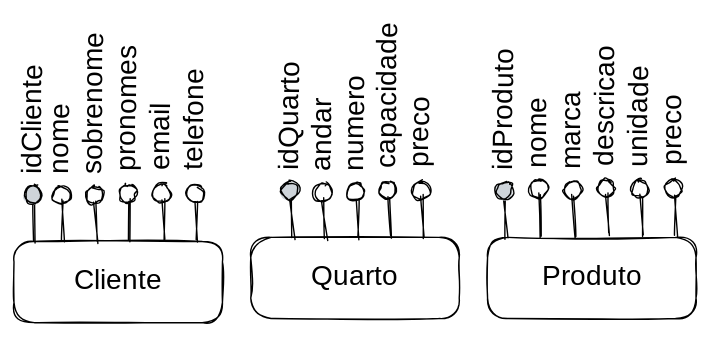
Earlier version of the Excalidraw export .gitbook/assets/file.excalidraw (19).svg (francojoao/gb-banco-de-dados). Source tidied: one line per element, renumbered; positions are measured from the earlier drawing's top-left corner, leaving out a move shared by most shapes.
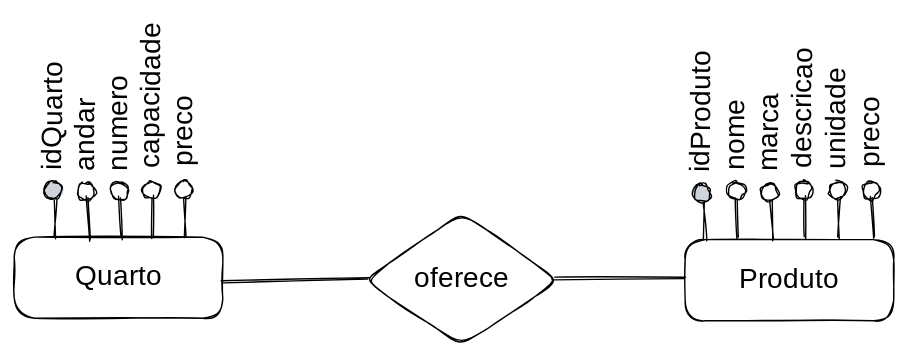
After the change.

What changed in the source:
```diff
@@ -1,57 +1,41 @@
-{"id": 0, "type": "rectangle", "strokeColor": "#000000", "strokeWidth": 1, "roughness": 1, "round": true, "x": 366, "y": 117, "width": 149, "height": 58}
+{"id": 57, "type": "rectangle", "strokeColor": "#000000", "strokeWidth": 1, "roughness": 1, "round": true, "x": -97, "y": -11, "width": 149, "height": 58}
+{"id": 20, "type": "text", "text": "Quarto", "strokeColor": "#000000", "strokeWidth": 1, "roughness": 1, "fontSize": 20, "fontFamily": 1, "textAlign": "center", "verticalAlign": "middle", "inside": 57, "x": -59, "y": 7, "width": 72, "height": 23}
+{"id": 58, "type": "line", "strokeColor": "#000000", "strokeWidth": 1, "roughness": 1, "round": true, "x": -45, "y": -38, "width": 1, "height": 29, "points": [[0, 0], [1, 29]]}
+{"id": 59, "type": "ellipse", "strokeColor": "#000000", "strokeWidth": 1, "roughness": 1, "round": true, "x": -52, "y": -49, "width": 12, "height": 13}
+{"id": 23, "type": "text", "text": "andar", "strokeColor": "#000000", "angle": 4.72, "strokeWidth": 1, "roughness": 1, "fontSize": 20, "fontFamily": 1, "x": -74, "y": -99, "width": 58, "height": 25}
+{"id": 60, "type": "line", "strokeColor": "#000000", "strokeWidth": 1, "roughness": 1, "round": true, "x": -21, "y": -38, "width": 1, "height": 29, "points": [[0, 0], [1, 29]]}
+{"id": 61, "type": "ellipse", "strokeColor": "#000000", "strokeWidth": 1, "roughness": 1, "round": true, "x": -28, "y": -49, "width": 12, "height": 13}
+{"id": 26, "type": "text", "text": "numero", "strokeColor": "#000000", "angle": 4.72, "strokeWidth": 1, "roughness": 1, "fontSize": 20, "fontFamily": 1, "x": -55, "y": -104, "width": 66, "height": 25}
+{"id": 62, "type": "line", "strokeColor": "#000000", "strokeWidth": 1, "roughness": 1, "round": true, "x": 2, "y": -39, "width": 1, "height": 29, "points": [[0, 0], [1, 29]]}
+{"id": 63, "type": "ellipse", "strokeColor": "#000000", "strokeWidth": 1, "roughness": 1, "round": true, "x": -5, "y": -50, "width": 12, "height": 13}
+{"id": 29, "type": "text", "text": "capacidade", "strokeColor": "#000000", "angle": 4.72, "strokeWidth": 1, "roughness": 1, "fontSize": 20, "fontFamily": 1, "x": -54, "y": -127, "width": 110, "height": 25}
+{"id": 64, "type": "text", "text": "preco", "strokeColor": "#000000", "angle": 4.72, "strokeWidth": 1, "roughness": 1, "fontSize": 20, "fontFamily": 1, "x": -2, "y": -100, "width": 53, "height": 25}
+{"id": 65, "type": "line", "strokeColor": "#000000", "strokeWidth": 1, "roughness": 1, "round": true, "x": 25, "y": -40, "width": 1, "height": 29, "points": [[0, 0], [1, 29]]}
+{"id": 66, "type": "ellipse", "strokeColor": "#000000", "strokeWidth": 1, "roughness": 1, "round": true, "x": 18, "y": -51, "width": 12, "height": 13}
+{"id": 67, "type": "line", "strokeColor": "#000000", "strokeWidth": 1, "roughness": 1, "round": true, "x": -68, "y": -39, "width": 1, "height": 29, "points": [[0, 0], [1, 29]]}
+{"id": 68, "type": "ellipse", "strokeColor": "#000000", "backgroundColor": "#ced4da", "fillStyle": "solid", "strokeWidth": 1, "roughness": 1, "round": true, "x": -75, "y": -50, "width": 12, "height": 13}
+{"id": 53, "type": "text", "text": "idQuarto", "strokeColor": "#000000", "angle": 4.72, "strokeWidth": 1, "roughness": 1, "fontSize": 20, "fontFamily": 1, "x": -113, "y": -115, "width": 88, "height": 25}
+{"id": 69, "type": "diamond", "strokeColor": "#000000", "strokeWidth": 1, "roughness": 1, "round": true, "x": 153, "y": -28, "width": 139, "height": 95}
+{"id": 70, "type": "text", "text": "oferece", "strokeColor": "#000000", "strokeWidth": 1, "roughness": 1, "fontSize": 20, "fontFamily": 1, "textAlign": "center", "verticalAlign": "middle", "inside": 69, "x": 185, "y": 8, "width": 74, "height": 23}
+{"id": 71, "type": "rectangle", "strokeColor": "#000000", "strokeWidth": 1, "roughness": 1, "round": true, "x": 382, "y": -9, "width": 149, "height": 58}
-{"id": 1, "type": "text", "text": "Produto", "strokeColor": "#000000", "strokeWidth": 1, "roughness": 1, "fontSize": 20, "fontFamily": 1, "textAlign": "center", "verticalAlign": "middle", "inside": 0, "x": 401, "y": 134, "width": 80, "height": 23}
+{"id": 1, "type": "text", "text": "Produto", "strokeColor": "#000000", "strokeWidth": 1, "roughness": 1, "fontSize": 20, "fontFamily": 1, "textAlign": "center", "verticalAlign": "middle", "inside": 71, "x": 417, "y": 8, "width": 80, "height": 23}
-{"id": 2, "type": "rectangle", "strokeColor": "#000000", "strokeWidth": 1, "roughness": 1, "round": true, "x": 28, "y": 120, "width": 149, "height": 58}
-{"id": 3, "type": "text", "text": "Cliente", "strokeColor": "#000000", "strokeWidth": 1, "roughness": 1, "fontSize": 20, "fontFamily": 1, "textAlign": "center", "verticalAlign": "middle", "inside": 2, "x": 69, "y": 137, "width": 67, "height": 23}
-{"id": 4, "type": "line", "strokeColor": "#000000", "strokeWidth": 1, "roughness": 1, "round": true, "x": 62, "y": 91, "width": 1, "height": 29, "points": [[0, 0], [1, 29]]}
-{"id": 5, "type": "ellipse", "strokeColor": "#000000", "strokeWidth": 1, "roughness": 1, "round": true, "x": 55, "y": 80, "width": 12, "height": 13}
-{"id": 6, "type": "text", "text": "nome", "strokeColor": "#000000", "angle": 4.72, "strokeWidth": 1, "roughness": 1, "fontSize": 20, "fontFamily": 1, "x": 38, "y": 36, "width": 46, "height": 25}
-{"id": 7, "type": "line", "strokeColor": "#000000", "strokeWidth": 1, "roughness": 1, "round": true, "x": 86, "y": 91, "width": 1, "height": 29, "points": [[0, 0], [1, 29]]}
-{"id": 8, "type": "ellipse", "strokeColor": "#000000", "strokeWidth": 1, "roughness": 1, "round": true, "x": 79, "y": 80, "width": 12, "height": 13}
-{"id": 9, "type": "text", "text": "sobrenome", "strokeColor": "#000000", "angle": 4.72, "strokeWidth": 1, "roughness": 1, "fontSize": 20, "fontFamily": 1, "x": 36, "y": 10, "width": 98, "height": 25}
-{"id": 10, "type": "line", "strokeColor": "#000000", "strokeWidth": 1, "roughness": 1, "round": true, "x": 110, "y": 90, "width": 1, "height": 29, "points": [[0, 0], [1, 29]]}
-{"id": 11, "type": "ellipse", "strokeColor": "#000000", "strokeWidth": 1, "roughness": 1, "round": true, "x": 103, "y": 79, "width": 12, "height": 13}
-{"id": 12, "type": "text", "text": "pronomes", "strokeColor": "#000000", "angle": 4.72, "strokeWidth": 1, "roughness": 1, "fontSize": 20, "fontFamily": 1, "x": 66, "y": 14, "width": 86, "height": 25}
-{"id": 13, "type": "text", "text": "email", "strokeColor": "#000000", "angle": 4.72, "strokeWidth": 1, "roughness": 1, "fontSize": 20, "fontFamily": 1, "x": 109, "y": 31, "width": 49, "height": 25}
-{"id": 14, "type": "line", "strokeColor": "#000000", "strokeWidth": 1, "roughness": 1, "round": true, "x": 134, "y": 90, "width": 1, "height": 29, "points": [[0, 0], [1, 29]]}
-{"id": 15, "type": "ellipse", "strokeColor": "#000000", "strokeWidth": 1, "roughness": 1, "round": true, "x": 127, "y": 79, "width": 12, "height": 13}
-{"id": 16, "type": "text", "text": "telefone", "strokeColor": "#000000", "angle": 4.72, "strokeWidth": 1, "roughness": 1, "fontSize": 20, "fontFamily": 1, "x": 116, "y": 15, "width": 82, "height": 25}
-{"id": 17, "type": "line", "strokeColor": "#000000", "strokeWidth": 1, "roughness": 1, "round": true, "x": 158, "y": 91, "width": 1, "height": 29, "points": [[0, 0], [1, 29]]}
-{"id": 18, "type": "ellipse", "strokeColor": "#000000", "strokeWidth": 1, "roughness": 1, "round": true, "x": 151, "y": 80, "width": 12, "height": 13}
-{"id": 19, "type": "rectangle", "strokeColor": "#000000", "strokeWidth": 1, "roughness": 1, "round": true, "x": 197, "y": 117, "width": 149, "height": 58}
-{"id": 20, "type": "text", "text": "Quarto", "strokeColor": "#000000", "strokeWidth": 1, "roughness": 1, "fontSize": 20, "fontFamily": 1, "textAlign": "center", "verticalAlign": "middle", "inside": 19, "x": 235, "y": 134, "width": 72, "height": 23}
-{"id": 21, "type": "line", "strokeColor": "#000000", "strokeWidth": 1, "roughness": 1, "round": true, "x": 249, "y": 89, "width": 1, "height": 29, "points": [[0, 0], [1, 29]]}
-{"id": 22, "type": "ellipse", "strokeColor": "#000000", "strokeWidth": 1, "roughness": 1, "round": true, "x": 242, "y": 78, "width": 12, "height": 13}
-{"id": 23, "type": "text", "text": "andar", "strokeColor": "#000000", "angle": 4.72, "strokeWidth": 1, "roughness": 1, "fontSize": 20, "fontFamily": 1, "x": 220, "y": 28, "width": 58, "height": 25}
-{"id": 24, "type": "line", "strokeColor": "#000000", "strokeWidth": 1, "roughness": 1, "round": true, "x": 273, "y": 89, "width": 1, "height": 29, "points": [[0, 0], [1, 29]]}
-{"id": 25, "type": "ellipse", "strokeColor": "#000000", "strokeWidth": 1, "roughness": 1, "round": true, "x": 266, "y": 78, "width": 12, "height": 13}
-{"id": 26, "type": "text", "text": "numero", "strokeColor": "#000000", "angle": 4.72, "strokeWidth": 1, "roughness": 1, "fontSize": 20, "fontFamily": 1, "x": 239, "y": 24, "width": 66, "height": 25}
-{"id": 27, "type": "line", "strokeColor": "#000000", "strokeWidth": 1, "roughness": 1, "round": true, "x": 296, "y": 88, "width": 1, "height": 29, "points": [[0, 0], [1, 29]]}
-{"id": 28, "type": "ellipse", "strokeColor": "#000000", "strokeWidth": 1, "roughness": 1, "round": true, "x": 289, "y": 77, "width": 12, "height": 13}
-{"id": 29, "type": "text", "text": "capacidade", "strokeColor": "#000000", "angle": 4.72, "strokeWidth": 1, "roughness": 1, "fontSize": 20, "fontFamily": 1, "x": 240, "y": 0, "width": 110, "height": 25}
-{"id": 30, "type": "text", "text": "preco", "strokeColor": "#000000", "angle": 4.72, "strokeWidth": 1, "roughness": 1, "fontSize": 20, "fontFamily": 1, "x": 292, "y": 27, "width": 53, "height": 25}
-{"id": 31, "type": "line", "strokeColor": "#000000", "strokeWidth": 1, "roughness": 1, "round": true, "x": 319, "y": 88, "width": 1, "height": 29, "points": [[0, 0], [1, 29]]}
-{"id": 32, "type": "ellipse", "strokeColor": "#000000", "strokeWidth": 1, "roughness": 1, "round": true, "x": 312, "y": 77, "width": 12, "height": 13}
-{"id": 33, "type": "line", "strokeColor": "#000000", "strokeWidth": 1, "roughness": 1, "round": true, "x": 403, "y": 87, "width": 1, "height": 29, "points": [[0, 0], [1, 29]]}
-{"id": 34, "type": "ellipse", "strokeColor": "#000000", "strokeWidth": 1, "roughness": 1, "round": true, "x": 396, "y": 76, "width": 12, "height": 13}
-{"id": 35, "type": "text", "text": "nome", "strokeColor": "#000000", "angle": 4.72, "strokeWidth": 1, "roughness": 1, "fontSize": 20, "fontFamily": 1, "x": 379, "y": 32, "width": 46, "height": 25}
-{"id": 36, "type": "line", "strokeColor": "#000000", "strokeWidth": 1, "roughness": 1, "round": true, "x": 427, "y": 88, "width": 1, "height": 29, "points": [[0, 0], [1, 29]]}
-{"id": 37, "type": "ellipse", "strokeColor": "#000000", "strokeWidth": 1, "roughness": 1, "round": true, "x": 421, "y": 77, "width": 12, "height": 13}
+{"id": 72, "type": "line", "strokeColor": "#000000", "strokeWidth": 1, "roughness": 1, "round": true, "x": 419, "y": -39, "width": 1, "height": 29, "points": [[0, 0], [1, 29]]}
+{"id": 73, "type": "ellipse", "strokeColor": "#000000", "strokeWidth": 1, "roughness": 1, "round": true, "x": 412, "y": -50, "width": 12, "height": 13}
+{"id": 74, "type": "text", "text": "nome", "strokeColor": "#000000", "angle": 4.72, "strokeWidth": 1, "roughness": 1, "fontSize": 20, "fontFamily": 1, "x": 396, "y": -94, "width": 46, "height": 25}
+{"id": 75, "type": "line", "strokeColor": "#000000", "strokeWidth": 1, "roughness": 1, "round": true, "x": 444, "y": -38, "width": 1, "height": 29, "points": [[0, 0], [1, 29]]}
+{"id": 76, "type": "ellipse", "strokeColor": "#000000", "strokeWidth": 1, "roughness": 1, "round": true, "x": 437, "y": -49, "width": 12, "height": 13}
-{"id": 38, "type": "text", "text": "marca", "strokeColor": "#000000", "angle": 4.72, "strokeWidth": 1, "roughness": 1, "fontSize": 20, "fontFamily": 1, "x": 397, "y": 25, "width": 60, "height": 25}
+{"id": 38, "type": "text", "text": "marca", "strokeColor": "#000000", "angle": 4.72, "strokeWidth": 1, "roughness": 1, "fontSize": 20, "fontFamily": 1, "x": 413, "y": -100, "width": 60, "height": 25}
-{"id": 39, "type": "line", "strokeColor": "#000000", "strokeWidth": 1, "roughness": 1, "round": true, "x": 475, "y": 87, "width": 1, "height": 29, "points": [[0, 0], [1, 29]]}
-{"id": 40, "type": "ellipse", "strokeColor": "#000000", "strokeWidth": 1, "roughness": 1, "round": true, "x": 469, "y": 76, "width": 12, "height": 13}
+{"id": 77, "type": "line", "strokeColor": "#000000", "strokeWidth": 1, "roughness": 1, "round": true, "x": 492, "y": -39, "width": 1, "height": 29, "points": [[0, 0], [1, 29]]}
+{"id": 78, "type": "ellipse", "strokeColor": "#000000", "strokeWidth": 1, "roughness": 1, "round": true, "x": 485, "y": -50, "width": 12, "height": 13}
-{"id": 41, "type": "text", "text": "unidade", "strokeColor": "#000000", "angle": 4.72, "strokeWidth": 1, "roughness": 1, "fontSize": 20, "fontFamily": 1, "x": 438, "y": 17, "width": 74, "height": 25}
+{"id": 41, "type": "text", "text": "unidade", "strokeColor": "#000000", "angle": 4.72, "strokeWidth": 1, "roughness": 1, "fontSize": 20, "fontFamily": 1, "x": 454, "y": -109, "width": 74, "height": 25}
-{"id": 42, "type": "text", "text": "preco", "strokeColor": "#000000", "angle": 4.72, "strokeWidth": 1, "roughness": 1, "fontSize": 20, "fontFamily": 1, "x": 472, "y": 26, "width": 53, "height": 25}
-{"id": 43, "type": "line", "strokeColor": "#000000", "strokeWidth": 1, "roughness": 1, "round": true, "x": 500, "y": 86, "width": 1, "height": 29, "points": [[0, 0], [1, 29]]}
-{"id": 44, "type": "ellipse", "strokeColor": "#000000", "strokeWidth": 1, "roughness": 1, "round": true, "x": 493, "y": 75, "width": 12, "height": 13}
-{"id": 45, "type": "line", "strokeColor": "#000000", "strokeWidth": 1, "roughness": 1, "round": true, "x": 451, "y": 86, "width": 1, "height": 29, "points": [[0, 0], [1, 29]]}
-{"id": 46, "type": "ellipse", "strokeColor": "#000000", "strokeWidth": 1, "roughness": 1, "round": true, "x": 445, "y": 75, "width": 12, "height": 13}
+{"id": 79, "type": "text", "text": "preco", "strokeColor": "#000000", "angle": 4.72, "strokeWidth": 1, "roughness": 1, "fontSize": 20, "fontFamily": 1, "x": 489, "y": -100, "width": 53, "height": 25}
+{"id": 80, "type": "line", "strokeColor": "#000000", "strokeWidth": 1, "roughness": 1, "round": true, "x": 516, "y": -39, "width": 1, "height": 29, "points": [[0, 0], [1, 29]]}
+{"id": 81, "type": "ellipse", "strokeColor": "#000000", "strokeWidth": 1, "roughness": 1, "round": true, "x": 509, "y": -50, "width": 12, "height": 13}
+{"id": 82, "type": "line", "strokeColor": "#000000", "strokeWidth": 1, "roughness": 1, "round": true, "x": 467, "y": -39, "width": 1, "height": 29, "points": [[0, 0], [1, 29]]}
+{"id": 83, "type": "ellipse", "strokeColor": "#000000", "strokeWidth": 1, "roughness": 1, "round": true, "x": 461, "y": -50, "width": 12, "height": 13}
-{"id": 47, "type": "text", "text": "descricao", "strokeColor": "#000000", "angle": 4.72, "strokeWidth": 1, "roughness": 1, "fontSize": 20, "fontFamily": 1, "x": 404, "y": 7, "width": 93, "height": 25}
+{"id": 47, "type": "text", "text": "descricao", "strokeColor": "#000000", "angle": 4.72, "strokeWidth": 1, "roughness": 1, "fontSize": 20, "fontFamily": 1, "x": 420, "y": -119, "width": 93, "height": 25}
-{"id": 48, "type": "line", "strokeColor": "#000000", "strokeWidth": 1, "roughness": 1, "round": true, "x": 42, "y": 91, "width": 1, "height": 29, "points": [[0, 0], [1, 29]]}
-{"id": 49, "type": "ellipse", "strokeColor": "#000000", "backgroundColor": "#ced4da", "fillStyle": "solid", "strokeWidth": 1, "roughness": 1, "round": true, "x": 35, "y": 80, "width": 12, "height": 13}
-{"id": 50, "type": "text", "text": "idCliente", "strokeColor": "#000000", "angle": 4.72, "strokeWidth": 1, "roughness": 1, "fontSize": 20, "fontFamily": 1, "x": 0, "y": 18, "width": 83, "height": 25}
-{"id": 51, "type": "line", "strokeColor": "#000000", "strokeWidth": 1, "roughness": 1, "round": true, "x": 226, "y": 88, "width": 1, "height": 29, "points": [[0, 0], [1, 29]]}
-{"id": 52, "type": "ellipse", "strokeColor": "#000000", "backgroundColor": "#ced4da", "fillStyle": "solid", "strokeWidth": 1, "roughness": 1, "round": true, "x": 219, "y": 77, "width": 12, "height": 13}
-{"id": 53, "type": "text", "text": "idQuarto", "strokeColor": "#000000", "angle": 4.72, "strokeWidth": 1, "roughness": 1, "fontSize": 20, "fontFamily": 1, "x": 181, "y": 12, "width": 88, "height": 25}
-{"id": 54, "type": "line", "strokeColor": "#000000", "strokeWidth": 1, "roughness": 1, "round": true, "x": 379, "y": 88, "width": 1, "height": 29, "points": [[0, 0], [1, 29]]}
-{"id": 55, "type": "ellipse", "strokeColor": "#000000", "backgroundColor": "#ced4da", "fillStyle": "solid", "strokeWidth": 1, "roughness": 1, "round": true, "x": 372, "y": 77, "width": 12, "height": 13}
+{"id": 84, "type": "line", "strokeColor": "#000000", "strokeWidth": 1, "roughness": 1, "round": true, "x": 395, "y": -37, "width": 1, "height": 29, "points": [[0, 0], [1, 29]]}
+{"id": 85, "type": "ellipse", "strokeColor": "#000000", "backgroundColor": "#ced4da", "fillStyle": "solid", "strokeWidth": 1, "roughness": 1, "round": true, "x": 388, "y": -48, "width": 12, "height": 13}
-{"id": 56, "type": "text", "text": "idProduto", "strokeColor": "#000000", "angle": 4.72, "strokeWidth": 1, "roughness": 1, "fontSize": 20, "fontFamily": 1, "x": 330, "y": 8, "width": 96, "height": 25}
+{"id": 56, "type": "text", "text": "idProduto", "strokeColor": "#000000", "angle": 4.72, "strokeWidth": 1, "roughness": 1, "fontSize": 20, "fontFamily": 1, "x": 347, "y": -117, "width": 96, "height": 25}
+{"id": 86, "type": "arrow", "strokeColor": "#000000", "strokeWidth": 1, "roughness": 1, "round": true, "x": 288, "y": 19, "width": 94, "height": 0, "points": [[0, 0], [94, 0]]}
+{"id": 87, "type": "arrow", "strokeColor": "#000000", "strokeWidth": 1, "roughness": 1, "round": true, "to": 57, "x": 156, "y": 19, "width": 104, "height": 2, "points": [[0, 0], [-104, 2]]}
```
